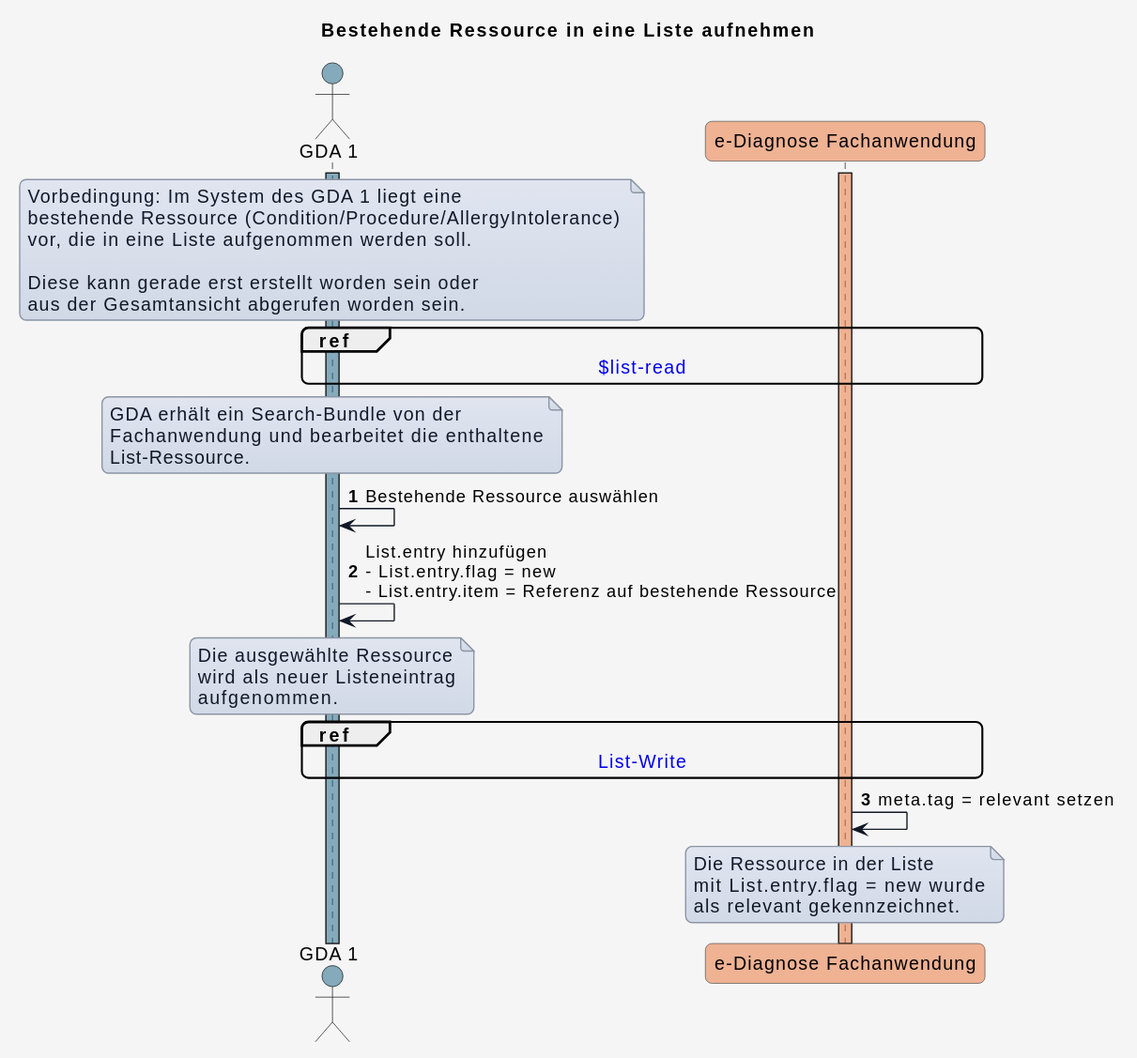
HL7Austria/ELGA-e-Diagnose-R4 keeps this PlantUML diagram as input/images/plantuml/02_5.svg. Above is the earlier version. Source of this version:
```plantuml
@startuml
title Bestehende Ressource in eine Liste aufnehmen

skinparam borderColor #000000
skinparam backgroundColor #f5f5f5
skinparam shadowing false
skinparam roundCorner 10
skinparam defaultFontName "Arial"
skinparam defaultFontSize 14
skinparam defaultFontColor #000000
skinparam HyperlinkColor #0000EE
skinparam HyperlinkUnderline false
skinparam BoxPadding 20
skinparam BoxBorderColor #555555

skinparam note {
  BackgroundColor #e0e5f0-#d1d9e6
  BorderColor #8b95a5
  BorderThickness 1
  RoundCorner 0
  Padding 6
  FontColor #111827
  Shadowing false
}

skinparam sequence {
  ParticipantBorderColor #555555
  ParticipantBackgroundColor #ffffff
  ParticipantFontColor #000000
  ParticipantFontSize 14
  ParticipantPadding 20
  ArrowColor #111827
  ArrowThickness 1
  ArrowFontColor #000000
  ArrowFontSize 13
  GroupBorderColor #111827
  GroupBackgroundColor #eef2ff
  GroupBorderThickness 2
}

!define COLOR_GDA_1    #15608280
!define COLOR_GDA_2    #96607D80
!define COLOR_PATIENT  #196B2480
!define COLOR_DIAG_FA  #E9713280


!define COLOR_OK       #50E6FF25
!define COLOR_ERROR    #FF8C0035

actor GDA_1 as "GDA 1" COLOR_GDA_1
participant eDiag_FA as "e-Diagnose Fachanwendung" COLOR_DIAG_FA

autonumber

activate GDA_1 COLOR_GDA_1
activate eDiag_FA COLOR_DIAG_FA

note over GDA_1
  Vorbedingung: Im System des GDA 1 liegt eine
  bestehende Ressource (Condition/Procedure/AllergyIntolerance)
  vor, die in eine Liste aufgenommen werden soll.

  Diese kann gerade erst erstellt worden sein oder
  aus der Gesamtansicht abgerufen worden sein.
end note

ref over GDA_1, eDiag_FA : [[uc_ediag_01_lesen.html#$list-read $list-read]]

note over GDA_1
  GDA erhält ein Search-Bundle von der
  Fachanwendung und bearbeitet die enthaltene
  List-Ressource.
end note

GDA_1 -> GDA_1: Bestehende Ressource auswählen
GDA_1 -> GDA_1: List.entry hinzufügen\n- List.entry.flag = new\n- List.entry.item = Referenz auf bestehende Ressource

note over GDA_1
  Die ausgewählte Ressource
  wird als neuer Listeneintrag
  aufgenommen.
end note

ref over GDA_1, eDiag_FA : [[uc_ediag_02_schreiben.html#$list-write List-Write]]

eDiag_FA -> eDiag_FA : meta.tag = relevant setzen

note over eDiag_FA
  Die Ressource in der Liste
  mit List.entry.flag = new wurde
  als relevant gekennzeichnet.
end note
@enduml
```
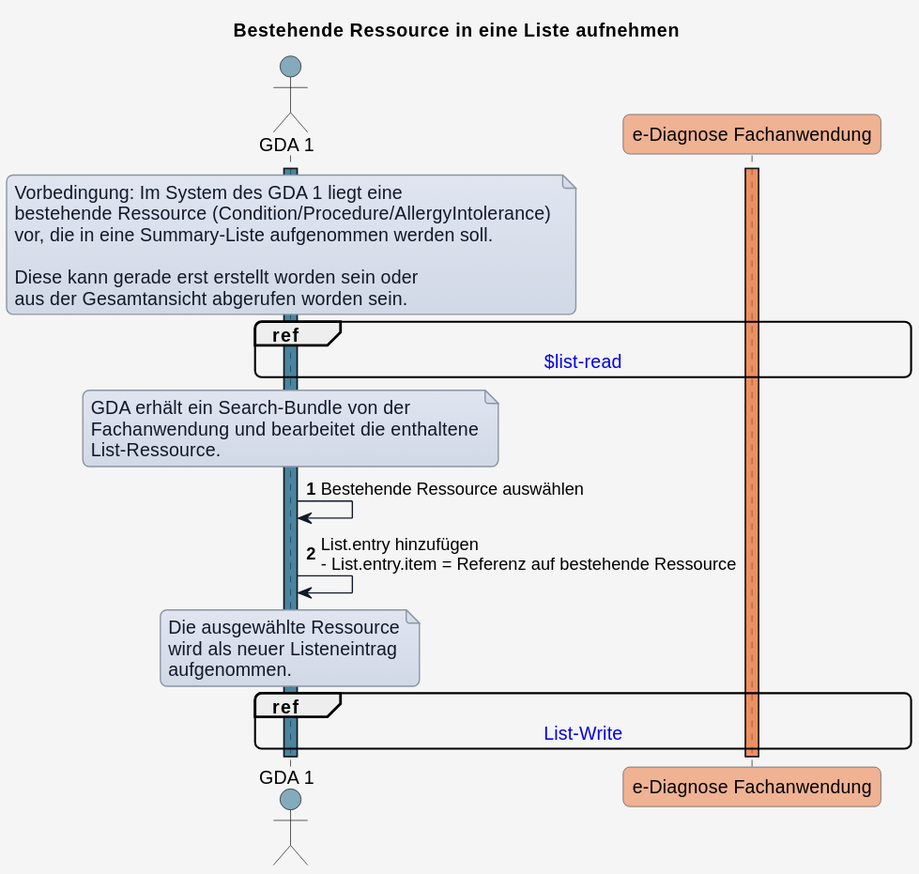
After the change.

Diff of the diagram source:
```diff
@@ -58,7 +58,7 @@
 note over GDA_1
   Vorbedingung: Im System des GDA 1 liegt eine
   bestehende Ressource (Condition/Procedure/AllergyIntolerance)
-  vor, die in eine Liste aufgenommen werden soll.
+  vor, die in eine Summary-Liste aufgenommen werden soll.
 
   Diese kann gerade erst erstellt worden sein oder
   aus der Gesamtansicht abgerufen worden sein.
@@ -73,7 +73,7 @@
 end note
 
 GDA_1 -> GDA_1: Bestehende Ressource auswählen
-GDA_1 -> GDA_1: List.entry hinzufügen\n- List.entry.flag = new\n- List.entry.item = Referenz auf bestehende Ressource
+GDA_1 -> GDA_1: List.entry hinzufügen\n- List.entry.item = Referenz auf bestehende Ressource
 
 note over GDA_1
   Die ausgewählte Ressource
@@ -82,12 +82,4 @@
 end note
 
 ref over GDA_1, eDiag_FA : [[uc_ediag_02_schreiben.html#$list-write List-Write]]
-
-eDiag_FA -> eDiag_FA : meta.tag = relevant setzen
-
-note over eDiag_FA
-  Die Ressource in der Liste
-  mit List.entry.flag = new wurde
-  als relevant gekennzeichnet.
-end note
 @enduml
```
